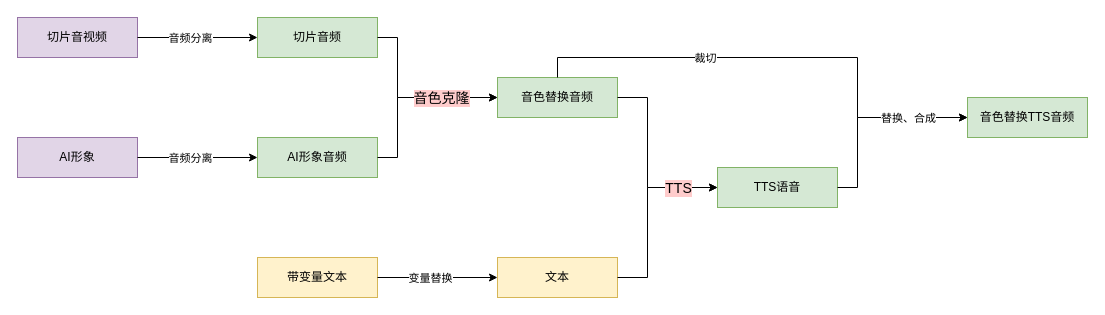
Earlier version of the draw.io diagram page "第 3 页" (3 of 4) of draw.io/数字人1.drawio (straicat/netdisk). Source tidied: cells renumbered, new cells numbered last; positions are measured from the earlier drawing's top-left corner, leaving out a move shared by most shapes. Both pictures are drawn from the tidied source at 100%, with x=0, y=0 at pixel (17, 17).
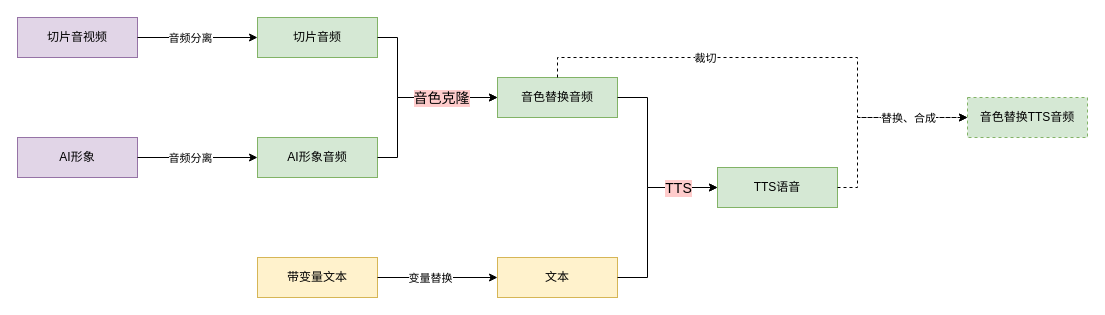
Above is the later version.

The change refers to these unchanged cells:
```xml
<mxCell id="8" value="音色替换音频" style="rounded=0;whiteSpace=wrap;html=1;fillColor=#d5e8d4;strokeColor=#82b366;" parent="1" vertex="1">
  <mxGeometry x="480" y="60" width="120" height="40" as="geometry" />
</mxCell>
<mxCell id="19" value="TTS语音" style="rounded=0;whiteSpace=wrap;html=1;fillColor=#d5e8d4;strokeColor=#82b366;" parent="1" vertex="1">
  <mxGeometry x="700" y="150" width="120" height="40" as="geometry" />
</mxCell>
```

Diff of the diagram source:
```diff
@@
-    <mxCell id="22" style="endArrow=classic;html=1;rounded=0;exitX=0.5;exitY=0;exitDx=0;exitDy=0;entryX=0;entryY=0.5;entryDx=0;entryDy=0;" parent="1" edge="1" source="8" target="24">
+    <mxCell id="22" style="endArrow=classic;html=1;rounded=0;exitX=0.5;exitY=0;exitDx=0;exitDy=0;entryX=0;entryY=0.5;entryDx=0;entryDy=0;dashed=1;" parent="1" edge="1" source="8" target="24">
       <mxGeometry relative="1" as="geometry">
         <Array as="points">
           <mxPoint x="540" y="40" />
           <mxPoint x="840" y="40" />
           <mxPoint x="840" y="100" />
         </Array>
       </mxGeometry>
     </mxCell>
@@
-    <mxCell id="24" value="音色替换TTS音频" style="rounded=0;whiteSpace=wrap;html=1;fillColor=#d5e8d4;strokeColor=#82b366;" parent="1" vertex="1">
+    <mxCell id="24" value="音色替换TTS音频" style="rounded=0;whiteSpace=wrap;html=1;fillColor=#d5e8d4;strokeColor=#82b366;dashed=1;" parent="1" vertex="1">
       <mxGeometry x="950" y="80" width="120" height="40" as="geometry" />
     </mxCell>
-    <mxCell id="25" style="endArrow=classic;html=1;rounded=0;exitX=1;exitY=0.5;exitDx=0;exitDy=0;entryX=0;entryY=0.5;entryDx=0;entryDy=0;" parent="1" edge="1" source="19" target="24">
+    <mxCell id="25" style="endArrow=classic;html=1;rounded=0;exitX=1;exitY=0.5;exitDx=0;exitDy=0;entryX=0;entryY=0.5;entryDx=0;entryDy=0;dashed=1;" parent="1" edge="1" source="19" target="24">
       <mxGeometry relative="1" as="geometry">
         <Array as="points">
           <mxPoint x="840" y="170" />
           <mxPoint x="840" y="100" />
         </Array>
       </mxGeometry>
     </mxCell>
```
